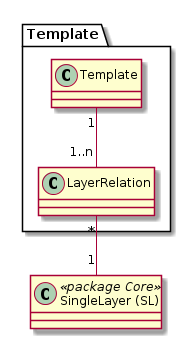
Above: simi/doc/puml/rendered/simi_template.png in sogis/simi (PlantUML), before the change.
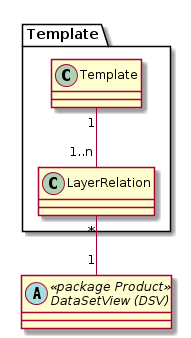
Above is the later version.

Commit message:
Skript: PUML-Diagramme der Simi-Dokumentation regeneriert und beigefügt

The edit, as a diff of the source:
```diff
@@ -1,5 +1,5 @@
 @startuml
-class "SingleLayer (SL)" as sl << package Core >>
+abstract class "DataSetView (DSV)" as dsv << package Product >>
 
 package "Template" {
     class "Template" as tpl
@@ -8,6 +8,6 @@
     tpl "1" -- "1..n" lr
 }
 
-lr "*" -- "1" sl
+lr "*" -- "1" dsv
 
 @enduml
```
